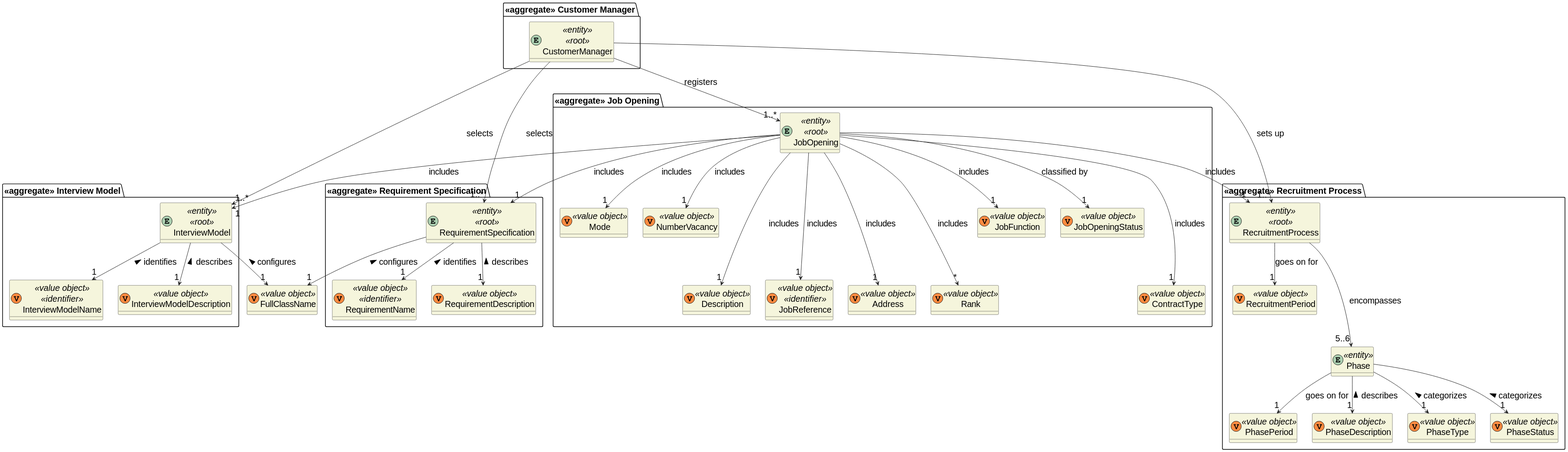
Above: docs/sprint-c/us_1004/domain-model.svg in rita-barbosa/LAPR4-2324 (PlantUML), before the change.
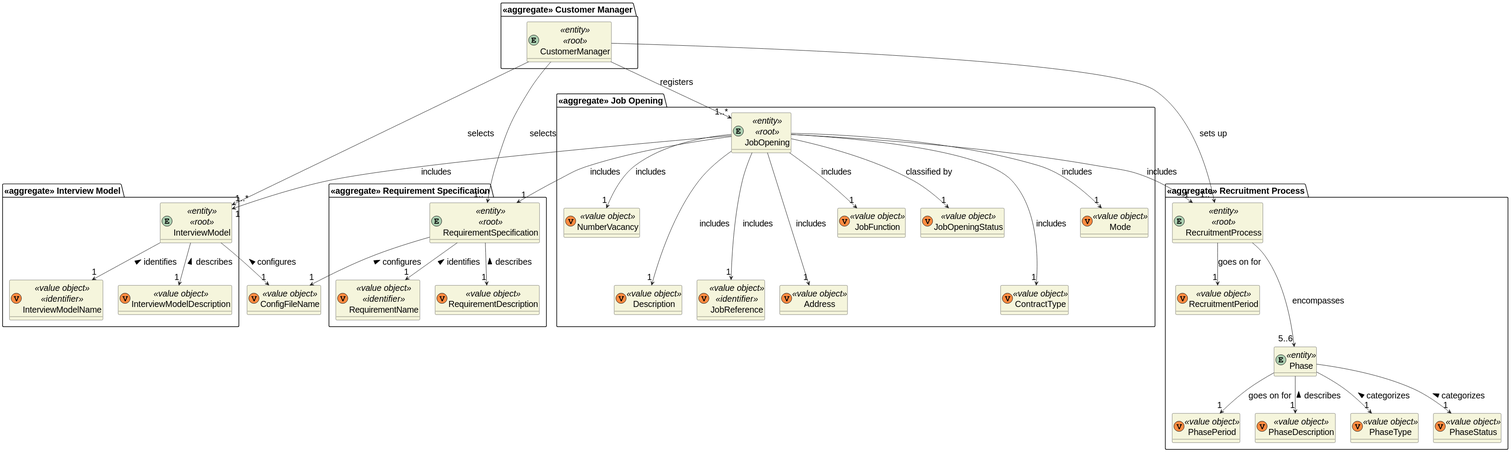
Above is the later version.

Commit message:
docs: updates domain model to accommodate changes made to global domain-model [#157]

Diff of the diagram source:
```diff
@@ -11,7 +11,7 @@
 
 
 
- class FullClassName <<(V,#FF8B40) value object>> {}
+ class ConfigFileName <<(V,#FF8B40) value object>> {}
 
 package "<<aggregate>> Interview Model" {
     entity InterviewModel <<entity>> <<root>>  {}
@@ -34,7 +34,6 @@
        class Description <<(V,#FF8B40) value object>> {}
      class JobReference <<(V,#FF8B40) value object>> <<identifier>> {}
          class Address <<(V,#FF8B40) value object>> {}
-      class Rank <<(V,#FF8B40) value object>>{}
 }
 
 package "<<aggregate>> Customer Manager" {
@@ -71,7 +70,6 @@
 JobOpening -> "1"  RequirementSpecification : includes
 JobOpening --> "1"  InterviewModel : includes
 JobOpening --> "1"  RecruitmentProcess : includes
-JobOpening ---> "*"  Rank : includes
 RecruitmentProcess --> "1" RecruitmentPeriod : goes on for
 RecruitmentProcess ---> "5..6" Phase : encompasses
 Phase --> "1" PhasePeriod :  goes on for
@@ -80,8 +78,8 @@
 Phase --> "1" PhaseDescription : describes <
 InterviewModel --> "1" InterviewModelName: identifies <
 InterviewModel --> "1" InterviewModelDescription: describes <
-InterviewModel --> "1" FullClassName: configures <
+InterviewModel --> "1" ConfigFileName: configures <
 RequirementSpecification --> "1" RequirementName: identifies <
 RequirementSpecification --> "1" RequirementDescription: describes <
-RequirementSpecification --> "1" FullClassName: configures <
+RequirementSpecification --> "1" ConfigFileName: configures <
 @enduml
```
